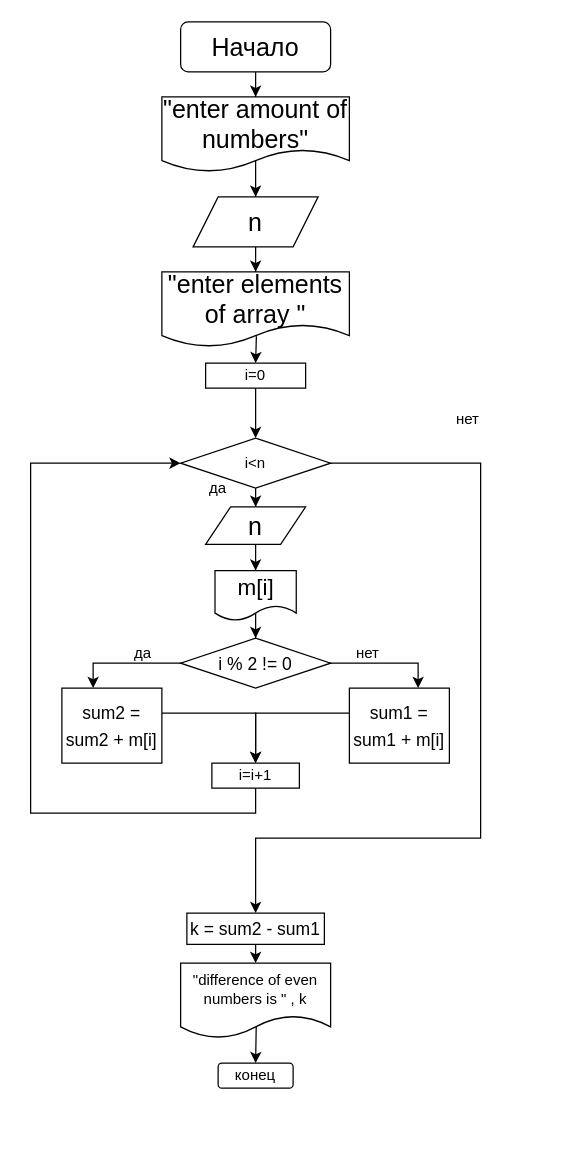
Before: 3/3.2.drawio in klep1koff/lifeishard, a draw.io diagram. Source tidied: cells renumbered, new cells numbered last; positions are measured from the earlier drawing's top-left corner, leaving out a move shared by most shapes. Both pictures are drawn from the tidied source at 125%, with x=0, y=0 at pixel (30, 21).
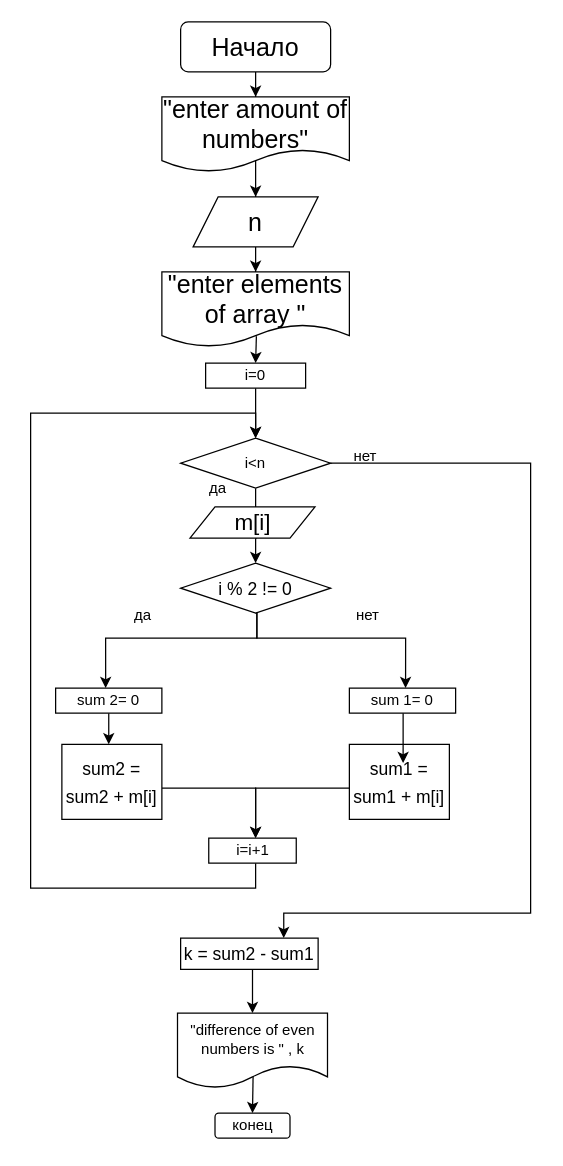
After the change.

The change refers to these unchanged cells:
```xml
<mxCell id="6" value="i&amp;lt;n" style="rhombus;whiteSpace=wrap;html=1;rounded=0;" parent="1" vertex="1">
  <mxGeometry x="120" y="333" width="120" height="40" as="geometry" />
</mxCell>
```

The edit, as a diff of the source:
```diff
@@
-    <mxCell id="4" style="edgeStyle=orthogonalEdgeStyle;rounded=0;jettySize=auto;html=1;" parent="1" edge="1" source="6" target="34">
-      <mxGeometry relative="1" as="geometry" />
+    <mxCell id="4" style="edgeStyle=orthogonalEdgeStyle;rounded=0;jettySize=auto;html=1;" parent="1" edge="1" source="6">
+      <mxGeometry relative="1" as="geometry">
+        <mxPoint x="180" y="388" as="targetPoint" />
+      </mxGeometry>
     </mxCell>
-    <mxCell id="5" style="edgeStyle=orthogonalEdgeStyle;rounded=0;jettySize=auto;html=1;" parent="1" edge="1" source="6">
-      <mxGeometry relative="1" as="geometry">
-        <mxPoint x="180" y="713" as="targetPoint" />
-        <Array as="points">
-          <mxPoint x="360" y="353" />
-          <mxPoint x="360" y="653" />
-          <mxPoint x="180" y="653" />
-        </Array>
-      </mxGeometry>
-    </mxCell>
+    <mxCell id="38" style="edgeStyle=orthogonalEdgeStyle;rounded=0;jettySize=auto;html=1;entryX=0.75;entryY=0;entryDx=0;entryDy=0;" parent="1" edge="1" source="6" target="36">
+      <mxGeometry relative="1" as="geometry">
+        <Array as="points">
+          <mxPoint x="400" y="353" />
+          <mxPoint x="400" y="713" />
+          <mxPoint x="202" y="713" />
+        </Array>
+      </mxGeometry>
+    </mxCell>
@@
-    <mxCell id="7" style="edgeStyle=orthogonalEdgeStyle;rounded=0;jettySize=auto;html=1;entryX=0;entryY=0.5;entryDx=0;entryDy=0;" parent="1" edge="1" source="8" target="6">
+    <mxCell id="7" style="edgeStyle=orthogonalEdgeStyle;rounded=0;orthogonalLoop=1;jettySize=auto;html=1;" parent="1" edge="1">
       <mxGeometry relative="1" as="geometry">
+        <mxPoint x="180" y="673" as="sourcePoint" />
+        <mxPoint x="180" y="333" as="targetPoint" />
         <Array as="points">
-          <mxPoint x="180" y="633" />
-          <mxPoint y="633" />
-          <mxPoint y="353" />
+          <mxPoint x="180" y="693" />
+          <mxPoint y="693" />
+          <mxPoint y="313" />
+          <mxPoint x="180" y="313" />
         </Array>
       </mxGeometry>
     </mxCell>
     <mxCell id="8" value="i=i+1" style="rounded=0;whiteSpace=wrap;html=1;" parent="1" vertex="1">
-      <mxGeometry x="145" y="593" width="70" height="20" as="geometry" />
+      <mxGeometry x="142.5" y="653" width="70" height="20" as="geometry" />
     </mxCell>
@@
     <mxCell id="10" value="нет" style="text;html=1;strokeColor=none;fillColor=none;align=center;verticalAlign=middle;whiteSpace=wrap;rounded=0;" parent="1" vertex="1">
-      <mxGeometry x="320" y="303" width="60" height="30" as="geometry" />
+      <mxGeometry x="237.5" y="333" width="60" height="30" as="geometry" />
     </mxCell>
@@
     <mxCell id="13" value="&quot;difference of even numbers is&amp;nbsp;&quot; , k" style="shape=document;whiteSpace=wrap;html=1;boundedLbl=1;" parent="1" vertex="1">
-      <mxGeometry x="120" y="753" width="120" height="60" as="geometry" />
+      <mxGeometry x="117.5" y="793" width="120" height="60" as="geometry" />
     </mxCell>
-    <mxCell id="14" style="edgeStyle=orthogonalEdgeStyle;rounded=0;jettySize=auto;html=1;entryX=0.5;entryY=0;entryDx=0;entryDy=0;" parent="1" edge="1" source="15" target="35">
+    <mxCell id="14" style="edgeStyle=orthogonalEdgeStyle;rounded=0;jettySize=auto;html=1;entryX=0.5;entryY=0;entryDx=0;entryDy=0;exitX=0.535;exitY=1;exitDx=0;exitDy=0;exitPerimeter=0;" parent="1" edge="1" source="15" target="35">
       <mxGeometry relative="1" as="geometry" />
     </mxCell>
-    <mxCell id="15" value="m[i]" style="shape=document;whiteSpace=wrap;html=1;boundedLbl=1;fontSize=18;" parent="1" vertex="1">
-      <mxGeometry x="147.5" y="439" width="65" height="40" as="geometry" />
-    </mxCell>
-    <mxCell id="16" style="edgeStyle=orthogonalEdgeStyle;rounded=0;jettySize=auto;html=1;fontSize=18;" parent="1" edge="1" target="19">
+    <mxCell id="16" style="edgeStyle=orthogonalEdgeStyle;rounded=0;jettySize=auto;html=1;fontSize=18;exitX=0.498;exitY=0.96;exitDx=0;exitDy=0;exitPerimeter=0;entryX=0.471;entryY=0;entryDx=0;entryDy=0;entryPerimeter=0;" parent="1" edge="1" source="35" target="42">
       <mxGeometry relative="1" as="geometry">
-        <mxPoint x="180" y="520" as="sourcePoint" />
         <Array as="points">
-          <mxPoint x="50" y="513" />
+          <mxPoint x="181" y="471" />
+          <mxPoint x="181" y="493" />
+          <mxPoint x="60" y="493" />
         </Array>
       </mxGeometry>
     </mxCell>
-    <mxCell id="17" style="edgeStyle=orthogonalEdgeStyle;rounded=0;jettySize=auto;html=1;fontSize=14;" parent="1" edge="1" target="21">
-      <mxGeometry relative="1" as="geometry">
-        <mxPoint x="180" y="520" as="sourcePoint" />
-        <Array as="points">
-          <mxPoint x="310" y="513" />
-        </Array>
-      </mxGeometry>
-    </mxCell>
-    <mxCell id="18" style="edgeStyle=orthogonalEdgeStyle;rounded=0;jettySize=auto;html=1;entryX=0.5;entryY=0;entryDx=0;entryDy=0;" parent="1" edge="1" source="19" target="8">
+    <mxCell id="18" style="edgeStyle=orthogonalEdgeStyle;rounded=0;jettySize=auto;html=1;" parent="1" edge="1" source="19" target="8">
       <mxGeometry relative="1" as="geometry">
         <Array as="points">
-          <mxPoint x="180" y="553" />
+          <mxPoint x="180" y="613" />
         </Array>
       </mxGeometry>
     </mxCell>
     <mxCell id="19" value="&lt;font style=&quot;font-size: 14px&quot;&gt;sum2 = sum2 + m[i]&lt;/font&gt;" style="whiteSpace=wrap;html=1;fontSize=18;" parent="1" vertex="1">
-      <mxGeometry x="25" y="533" width="80" height="60" as="geometry" />
+      <mxGeometry x="25" y="578" width="80" height="60" as="geometry" />
     </mxCell>
     <mxCell id="20" style="edgeStyle=orthogonalEdgeStyle;rounded=0;jettySize=auto;html=1;" parent="1" edge="1" source="21">
       <mxGeometry relative="1" as="geometry">
-        <mxPoint x="180" y="593" as="targetPoint" />
+        <mxPoint x="180" y="653" as="targetPoint" />
         <Array as="points">
-          <mxPoint x="180" y="553" />
+          <mxPoint x="180" y="613" />
         </Array>
       </mxGeometry>
     </mxCell>
     <mxCell id="21" value="&lt;font style=&quot;font-size: 14px&quot;&gt;sum1 = sum1 + m[i]&lt;/font&gt;" style="whiteSpace=wrap;html=1;fontSize=18;" parent="1" vertex="1">
-      <mxGeometry x="255" y="533" width="80" height="60" as="geometry" />
+      <mxGeometry x="255" y="578" width="80" height="60" as="geometry" />
     </mxCell>
     <mxCell id="22" value="да" style="text;html=1;strokeColor=none;fillColor=none;align=center;verticalAlign=middle;whiteSpace=wrap;rounded=0;" parent="1" vertex="1">
-      <mxGeometry x="60" y="490" width="60" height="30" as="geometry" />
+      <mxGeometry x="60" y="460" width="60" height="30" as="geometry" />
     </mxCell>
     <mxCell id="23" value="нет" style="text;html=1;strokeColor=none;fillColor=none;align=center;verticalAlign=middle;whiteSpace=wrap;rounded=0;" parent="1" vertex="1">
-      <mxGeometry x="240" y="490" width="60" height="30" as="geometry" />
+      <mxGeometry x="240" y="460" width="60" height="30" as="geometry" />
     </mxCell>
@@
-    <mxCell id="33" style="edgeStyle=orthogonalEdgeStyle;rounded=0;jettySize=auto;html=1;" parent="1" edge="1" source="34" target="15">
-      <mxGeometry relative="1" as="geometry" />
-    </mxCell>
-    <mxCell id="34" value="&lt;span style=&quot;font-size: 20px&quot;&gt;n&lt;/span&gt;" style="shape=parallelogram;perimeter=parallelogramPerimeter;whiteSpace=wrap;html=1;fixedSize=1;" parent="1" vertex="1">
-      <mxGeometry x="140" y="388" width="80" height="30" as="geometry" />
-    </mxCell>
     <mxCell id="35" value="&lt;font style=&quot;font-size: 14px&quot;&gt;i % 2 != 0&lt;/font&gt;" style="rhombus;whiteSpace=wrap;html=1;fontSize=18;" parent="1" vertex="1">
-      <mxGeometry x="120" y="493" width="120" height="40" as="geometry" />
+      <mxGeometry x="120" y="433" width="120" height="40" as="geometry" />
     </mxCell>
     <mxCell id="36" value="k = sum2 - sum1" style="rounded=0;whiteSpace=wrap;html=1;fontSize=14;" parent="1" vertex="1">
-      <mxGeometry x="125" y="713" width="110" height="25" as="geometry" />
+      <mxGeometry x="120" y="733" width="110" height="25" as="geometry" />
     </mxCell>
     <mxCell id="37" value="конец" style="rounded=1;whiteSpace=wrap;html=1;" parent="1" vertex="1">
-      <mxGeometry x="150" y="833" width="60" height="20" as="geometry" />
+      <mxGeometry x="147.5" y="873" width="60" height="20" as="geometry" />
     </mxCell>
+    <mxCell id="39" style="edgeStyle=orthogonalEdgeStyle;rounded=0;jettySize=auto;html=1;" parent="1" edge="1" source="40">
+      <mxGeometry relative="1" as="geometry">
+        <mxPoint x="298" y="593" as="targetPoint" />
+        <Array as="points">
+          <mxPoint x="298" y="593" />
+        </Array>
+      </mxGeometry>
+    </mxCell>
+    <mxCell id="40" value="sum 1= 0" style="rounded=0;whiteSpace=wrap;html=1;" parent="1" vertex="1">
+      <mxGeometry x="255" y="533" width="85" height="20" as="geometry" />
+    </mxCell>
+    <mxCell id="41" style="edgeStyle=orthogonalEdgeStyle;rounded=0;jettySize=auto;html=1;" parent="1" edge="1" source="42" target="19">
+      <mxGeometry relative="1" as="geometry">
+        <Array as="points">
+          <mxPoint x="65" y="593" />
+          <mxPoint x="65" y="593" />
+        </Array>
+      </mxGeometry>
+    </mxCell>
+    <mxCell id="42" value="sum 2= 0" style="rounded=0;whiteSpace=wrap;html=1;" parent="1" vertex="1">
+      <mxGeometry x="20" y="533" width="85" height="20" as="geometry" />
+    </mxCell>
+    <mxCell id="43" style="edgeStyle=orthogonalEdgeStyle;rounded=0;jettySize=auto;html=1;fontSize=18;exitX=0.5;exitY=1;exitDx=0;exitDy=0;entryX=0.529;entryY=0;entryDx=0;entryDy=0;entryPerimeter=0;" parent="1" edge="1" source="35" target="40">
+      <mxGeometry relative="1" as="geometry">
+        <Array as="points">
+          <mxPoint x="181" y="473" />
+          <mxPoint x="181" y="493" />
+          <mxPoint x="300" y="493" />
+        </Array>
+      </mxGeometry>
+    </mxCell>
+    <mxCell id="15" value="&lt;span style=&quot;font-size: 18px&quot;&gt;m[i]&lt;/span&gt;" style="shape=parallelogram;perimeter=parallelogramPerimeter;whiteSpace=wrap;html=1;fixedSize=1;" parent="1" vertex="1">
+      <mxGeometry x="127.5" y="388" width="100" height="25" as="geometry" />
+    </mxCell>
```
